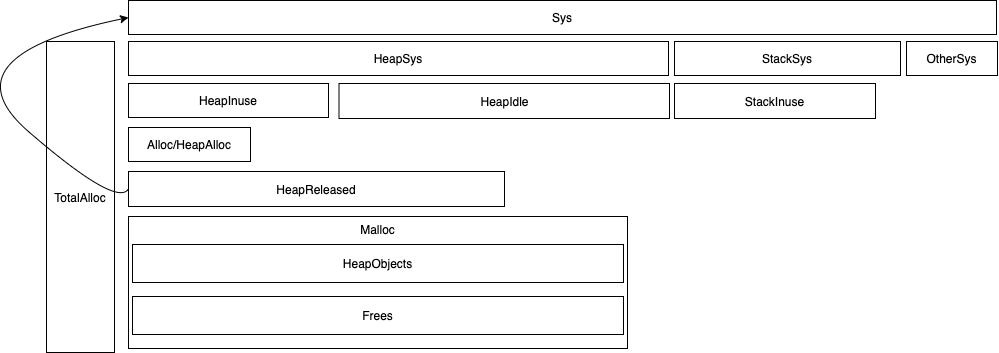
Above: img/2021/11/go-memstate.png in LoveXiaoLiu/lovexiaoliu.github.io (draw.io), before the change. Source tidied: cells renumbered, new cells last; positions are measured from the earlier drawing's top-left corner, leaving out a move shared by most shapes.
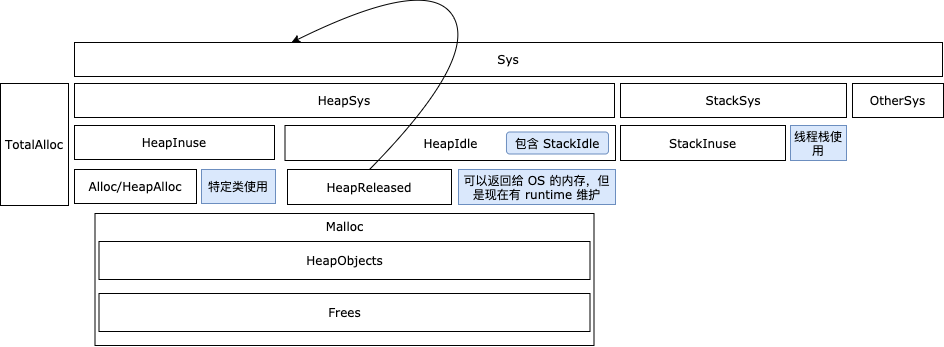
After the change.

Commit message:
Update Blog By TravisCI With Build 188

The edit, as a diff of the source:
```diff
@@ -2,52 +2,64 @@
   <root>
     <mxCell id="0" />
     <mxCell id="1" parent="0" />
-    <mxCell id="2" value="Malloc" style="rounded=0;whiteSpace=wrap;html=1;align=center;verticalAlign=top;" parent="1" vertex="1">
-      <mxGeometry x="187" y="216" width="499" height="132" as="geometry" />
+    <mxCell id="2" value="Malloc" style="rounded=0;whiteSpace=wrap;html=1;align=center;verticalAlign=top;fontFamily=Verdana;" parent="1" vertex="1">
+      <mxGeometry x="207.5" y="171" width="499" height="132" as="geometry" />
     </mxCell>
-    <mxCell id="3" value="Alloc/HeapAlloc" style="rounded=0;whiteSpace=wrap;html=1;align=center;" parent="1" vertex="1">
+    <mxCell id="3" value="Alloc/HeapAlloc" style="rounded=0;whiteSpace=wrap;html=1;align=center;fontFamily=Verdana;" parent="1" vertex="1">
       <mxGeometry x="187" y="127" width="122" height="34" as="geometry" />
     </mxCell>
-    <mxCell id="4" value="TotalAlloc" style="rounded=0;whiteSpace=wrap;html=1;align=center;" parent="1" vertex="1">
-      <mxGeometry x="105" y="41" width="68" height="311" as="geometry" />
+    <mxCell id="4" value="TotalAlloc" style="rounded=0;whiteSpace=wrap;html=1;align=center;fontFamily=Verdana;" parent="1" vertex="1">
+      <mxGeometry x="113" y="41" width="68" height="122" as="geometry" />
     </mxCell>
-    <mxCell id="5" value="Sys" style="rounded=0;whiteSpace=wrap;html=1;align=center;" parent="1" vertex="1">
+    <mxCell id="5" value="Sys" style="rounded=0;whiteSpace=wrap;html=1;align=center;fontFamily=Verdana;" parent="1" vertex="1">
       <mxGeometry x="187" width="868" height="34" as="geometry" />
     </mxCell>
-    <mxCell id="6" value="HeapInuse" style="rounded=0;whiteSpace=wrap;html=1;align=center;" parent="1" vertex="1">
+    <mxCell id="6" value="HeapInuse" style="rounded=0;whiteSpace=wrap;html=1;align=center;fontFamily=Verdana;" parent="1" vertex="1">
       <mxGeometry x="187" y="83" width="200" height="34" as="geometry" />
     </mxCell>
-    <mxCell id="7" value="HeapSys" style="rounded=0;whiteSpace=wrap;html=1;align=center;" parent="1" vertex="1">
+    <mxCell id="7" value="HeapSys" style="rounded=0;whiteSpace=wrap;html=1;align=center;fontFamily=Verdana;" parent="1" vertex="1">
       <mxGeometry x="187" y="41" width="540" height="34" as="geometry" />
     </mxCell>
-    <mxCell id="8" value="HeapIdle" style="rounded=0;whiteSpace=wrap;html=1;align=center;" parent="1" vertex="1">
+    <mxCell id="8" value="HeapIdle" style="rounded=0;whiteSpace=wrap;html=1;align=center;fontFamily=Verdana;" parent="1" vertex="1">
       <mxGeometry x="397.5" y="83" width="330.5" height="35" as="geometry" />
     </mxCell>
-    <mxCell id="9" value="HeapReleased" style="rounded=0;whiteSpace=wrap;html=1;align=center;" parent="1" vertex="1">
-      <mxGeometry x="187" y="171" width="376" height="35" as="geometry" />
+    <mxCell id="9" value="HeapReleased" style="rounded=0;whiteSpace=wrap;html=1;align=center;fontFamily=Verdana;" parent="1" vertex="1">
+      <mxGeometry x="400" y="127" width="164" height="35" as="geometry" />
     </mxCell>
-    <mxCell id="10" style="curved=1;endArrow=classic;html=1;exitX=0;exitY=0.5;exitDx=0;exitDy=0;entryX=0;entryY=0.5;entryDx=0;entryDy=0;" parent="1" edge="1" source="9" target="5">
+    <mxCell id="10" style="curved=1;endArrow=classic;html=1;exitX=0.5;exitY=0;exitDx=0;exitDy=0;entryX=0.25;entryY=0;entryDx=0;entryDy=0;fontFamily=Verdana;" parent="1" edge="1" source="9" target="5">
       <mxGeometry relative="1" as="geometry">
         <Array as="points">
-          <mxPoint x="175" y="207" />
-          <mxPoint y="56" />
+          <mxPoint x="590" y="17" />
+          <mxPoint x="542" y="-68" />
         </Array>
       </mxGeometry>
     </mxCell>
-    <mxCell id="11" value="HeapObjects" style="rounded=0;whiteSpace=wrap;html=1;align=center;" parent="1" vertex="1">
-      <mxGeometry x="191" y="244" width="491" height="38" as="geometry" />
+    <mxCell id="11" value="HeapObjects" style="rounded=0;whiteSpace=wrap;html=1;align=center;fontFamily=Verdana;" parent="1" vertex="1">
+      <mxGeometry x="211.5" y="199" width="491" height="38" as="geometry" />
     </mxCell>
-    <mxCell id="12" value="StackSys" style="rounded=0;whiteSpace=wrap;html=1;align=center;" parent="1" vertex="1">
+    <mxCell id="12" value="StackSys" style="rounded=0;whiteSpace=wrap;html=1;align=center;fontFamily=Verdana;" parent="1" vertex="1">
       <mxGeometry x="733" y="41" width="226" height="34" as="geometry" />
     </mxCell>
-    <mxCell id="13" value="StackInuse" style="rounded=0;whiteSpace=wrap;html=1;align=center;" parent="1" vertex="1">
-      <mxGeometry x="733" y="83" width="201" height="35" as="geometry" />
+    <mxCell id="13" value="StackInuse" style="rounded=0;whiteSpace=wrap;html=1;align=center;fontFamily=Verdana;" parent="1" vertex="1">
+      <mxGeometry x="733" y="83" width="165" height="35" as="geometry" />
     </mxCell>
-    <mxCell id="14" value="OtherSys" style="rounded=0;whiteSpace=wrap;html=1;align=center;" parent="1" vertex="1">
+    <mxCell id="14" value="OtherSys" style="rounded=0;whiteSpace=wrap;html=1;align=center;fontFamily=Verdana;" parent="1" vertex="1">
       <mxGeometry x="965" y="41" width="91" height="34" as="geometry" />
     </mxCell>
-    <mxCell id="15" value="Frees" style="rounded=0;whiteSpace=wrap;html=1;align=center;" parent="1" vertex="1">
-      <mxGeometry x="191" y="296" width="491" height="38" as="geometry" />
+    <mxCell id="15" value="Frees" style="rounded=0;whiteSpace=wrap;html=1;align=center;fontFamily=Verdana;" parent="1" vertex="1">
+      <mxGeometry x="211.5" y="251" width="491" height="38" as="geometry" />
     </mxCell>
+    <mxCell id="16" value="可以返回给 OS 的内存，但是现在有 runtime 维护" style="rounded=0;whiteSpace=wrap;html=1;align=center;fontFamily=Verdana;fillColor=#dae8fc;strokeColor=#6c8ebf;" parent="1" vertex="1">
+      <mxGeometry x="571" y="127" width="157" height="35" as="geometry" />
+    </mxCell>
+    <mxCell id="17" value="特定类使用" style="rounded=0;whiteSpace=wrap;html=1;align=center;fontFamily=Verdana;fillColor=#dae8fc;strokeColor=#6c8ebf;" parent="1" vertex="1">
+      <mxGeometry x="314" y="127" width="74" height="34" as="geometry" />
+    </mxCell>
+    <mxCell id="18" value="线程栈使用" style="rounded=0;whiteSpace=wrap;html=1;align=center;fontFamily=Verdana;fillColor=#dae8fc;strokeColor=#6c8ebf;" parent="1" vertex="1">
+      <mxGeometry x="903" y="83" width="56" height="35" as="geometry" />
+    </mxCell>
+    <mxCell id="19" value="包含 StackIdle" style="rounded=1;whiteSpace=wrap;html=1;fontFamily=Verdana;fillColor=#dae8fc;strokeColor=#6c8ebf;" parent="1" vertex="1">
+      <mxGeometry x="619" y="89.5" width="102" height="22" as="geometry" />
+    </mxCell>
   </root>
 </mxGraphModel>
```
